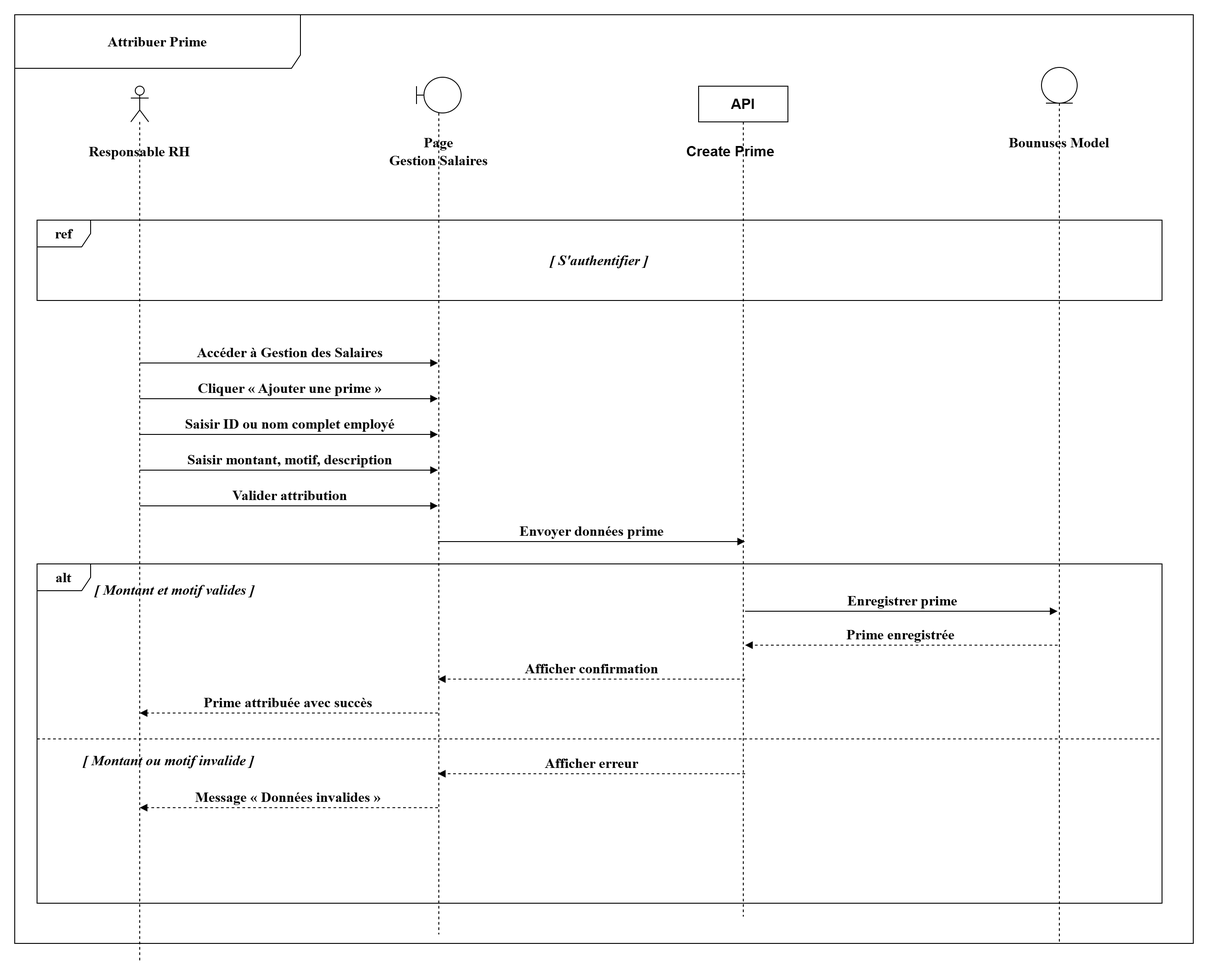
Before: projet/images/digf/ss3/attribuer bounuses.drawio.png, a diagram exported from draw.io (louu7895/pfe). Source tidied: cells renumbered, new cells last; positions are measured from the earlier drawing's top-left corner, leaving out a move shared by most shapes.
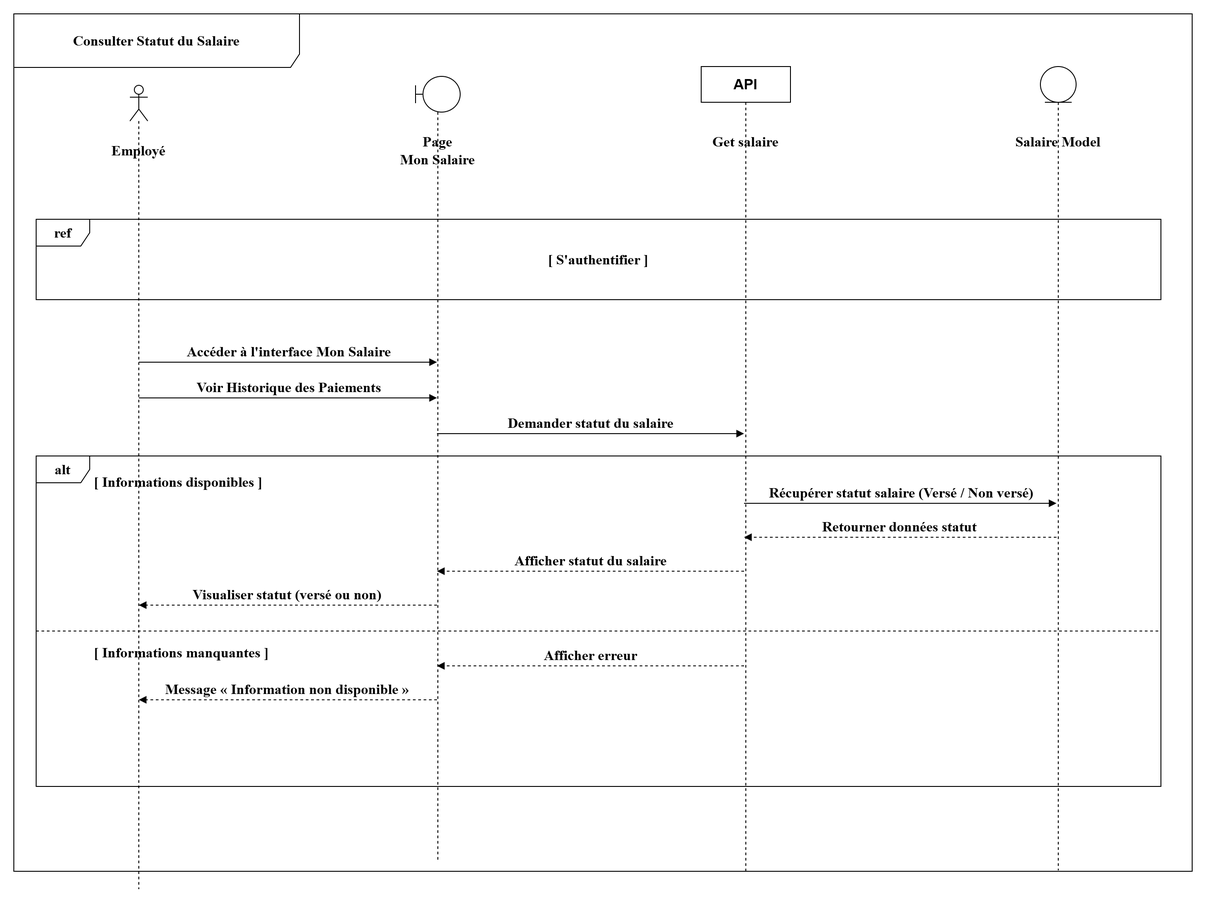
Above is the later version.

Diff of the diagram source:
```diff
@@ -2,122 +2,104 @@
   <root>
     <mxCell id="0" />
     <mxCell id="1" parent="0" />
-    <mxCell id="2" style="shape=umlLifeline;perimeter=lifelinePerimeter;whiteSpace=wrap;html=1;newEdgeStyle={&quot;curved&quot;:0,&quot;rounded&quot;:0};participant=umlActor;fontSize=16;fontFamily=Times New Roman;fontStyle=1;" parent="1" vertex="1">
-      <mxGeometry x="130" y="80" width="20" height="980" as="geometry" />
-    </mxCell>
+    <mxCell id="29" style="shape=umlLifeline;perimeter=lifelinePerimeter;whiteSpace=wrap;html=1;newEdgeStyle={&quot;curved&quot;:0,&quot;rounded&quot;:0};participant=umlActor;fontSize=16;fontFamily=Times New Roman;fontStyle=1;" parent="1" vertex="1">
+      <mxGeometry x="130" y="80" width="20" height="900" as="geometry" />
+    </mxCell>
     <mxCell id="3" style="shape=umlLifeline;perimeter=lifelinePerimeter;whiteSpace=wrap;html=1;newEdgeStyle={&quot;curved&quot;:0,&quot;rounded&quot;:0};participant=umlBoundary;fontSize=16;fontFamily=Times New Roman;fontStyle=1;" parent="1" vertex="1">
-      <mxGeometry x="450" y="70" width="50" height="960" as="geometry" />
+      <mxGeometry x="450" y="70" width="50" height="880" as="geometry" />
     </mxCell>
     <mxCell id="4" style="shape=umlLifeline;perimeter=lifelinePerimeter;whiteSpace=wrap;html=1;newEdgeStyle={&quot;curved&quot;:0,&quot;rounded&quot;:0};participant=umlEntity;fontSize=16;fontFamily=Times New Roman;fontStyle=1;" parent="1" vertex="1">
-      <mxGeometry x="1150" y="59" width="40" height="980" as="geometry" />
+      <mxGeometry x="1150" y="59" width="40" height="900" as="geometry" />
     </mxCell>
-    <mxCell id="5" value="Responsable RH" style="text;html=1;whiteSpace=wrap;strokeColor=none;fillColor=none;align=center;verticalAlign=middle;rounded=0;fontSize=16;fontStyle=1;fontFamily=Times New Roman;" parent="1" vertex="1">
-      <mxGeometry x="60" y="140" width="160" height="25" as="geometry" />
-    </mxCell>
+    <mxCell id="30" value="Employé" style="text;html=1;whiteSpace=wrap;strokeColor=none;fillColor=none;align=center;verticalAlign=middle;rounded=0;fontSize=16;fontStyle=1;fontFamily=Times New Roman;" parent="1" vertex="1">
+      <mxGeometry x="75" y="140" width="130" height="25" as="geometry" />
+    </mxCell>
-    <mxCell id="6" value="Page&lt;div&gt;Gestion Salaires&lt;/div&gt;" style="text;html=1;whiteSpace=wrap;strokeColor=none;fillColor=none;align=center;verticalAlign=middle;rounded=0;fontSize=16;fontStyle=1;fontFamily=Times New Roman;" parent="1" vertex="1">
+    <mxCell id="6" value="Page&lt;div&gt;Mon Salaire&lt;/div&gt;" style="text;html=1;whiteSpace=wrap;strokeColor=none;fillColor=none;align=center;verticalAlign=middle;rounded=0;fontSize=16;fontStyle=1;fontFamily=Times New Roman;" parent="1" vertex="1">
       <mxGeometry x="375" y="140" width="200" height="25" as="geometry" />
     </mxCell>
+    <mxCell id="31" value="Get salaire" style="text;html=1;whiteSpace=wrap;strokeColor=none;fillColor=none;align=center;verticalAlign=middle;rounded=0;fontSize=16;fontStyle=1;fontFamily=Times New Roman;" parent="1" vertex="1">
+      <mxGeometry x="740" y="130" width="160" height="25" as="geometry" />
+    </mxCell>
-    <mxCell id="7" value="Bounuses Model" style="text;html=1;whiteSpace=wrap;strokeColor=none;fillColor=none;align=center;verticalAlign=middle;rounded=0;fontSize=16;fontStyle=1;fontFamily=Times New Roman;" parent="1" vertex="1">
+    <mxCell id="7" value="Salaire Model" style="text;html=1;whiteSpace=wrap;strokeColor=none;fillColor=none;align=center;verticalAlign=middle;rounded=0;fontSize=16;fontStyle=1;fontFamily=Times New Roman;" parent="1" vertex="1">
       <mxGeometry x="1105" y="130" width="130" height="25" as="geometry" />
     </mxCell>
-    <mxCell id="8" value="Attribuer Prime" style="shape=umlFrame;whiteSpace=wrap;html=1;width=320;height=60;fontSize=16;fontFamily=Times New Roman;fontStyle=1;" parent="1" vertex="1">
-      <mxGeometry width="1320" height="1040" as="geometry" />
+    <mxCell id="8" value="Consulter Statut du Salaire" style="shape=umlFrame;whiteSpace=wrap;html=1;width=320;height=60;fontSize=16;fontFamily=Times New Roman;fontStyle=1;" parent="1" vertex="1">
+      <mxGeometry width="1320" height="960" as="geometry" />
     </mxCell>
     <mxCell id="9" value="ref" style="shape=umlFrame;whiteSpace=wrap;html=1;fontSize=16;fontFamily=Times New Roman;fontStyle=1;" parent="1" vertex="1">
       <mxGeometry x="25" y="230" width="1260" height="90" as="geometry" />
     </mxCell>
-    <mxCell id="10" value="[ S'authentifier ]" style="text;html=1;whiteSpace=wrap;strokeColor=none;fillColor=none;align=center;verticalAlign=middle;rounded=0;fontSize=16;fontStyle=3;fontFamily=Times New Roman;" parent="1" vertex="1">
+    <mxCell id="10" value="[ S'authentifier ]" style="text;html=1;whiteSpace=wrap;strokeColor=none;fillColor=none;align=center;verticalAlign=middle;rounded=0;fontSize=16;fontStyle=1;fontFamily=Times New Roman;" parent="1" vertex="1">
       <mxGeometry x="555" y="260" width="200" height="30" as="geometry" />
     </mxCell>
-    <mxCell id="11" value="Accéder à Gestion des Salaires" style="html=1;verticalAlign=bottom;endArrow=block;curved=0;rounded=0;fontSize=16;fontFamily=Times New Roman;fontStyle=1;" parent="1" edge="1">
+    <mxCell id="11" value="Accéder à l'interface Mon Salaire" style="html=1;verticalAlign=bottom;endArrow=block;curved=0;rounded=0;fontSize=16;fontFamily=Times New Roman;fontStyle=1;" parent="1" edge="1">
       <mxGeometry relative="1" as="geometry">
         <mxPoint x="140" y="390" as="sourcePoint" />
         <mxPoint x="474" y="390" as="targetPoint" />
       </mxGeometry>
     </mxCell>
-    <mxCell id="12" value="Cliquer « Ajouter une prime »" style="html=1;verticalAlign=bottom;endArrow=block;curved=0;rounded=0;fontSize=16;fontFamily=Times New Roman;fontStyle=1;" parent="1" edge="1">
+    <mxCell id="12" value="Voir Historique des Paiements" style="html=1;verticalAlign=bottom;endArrow=block;curved=0;rounded=0;fontSize=16;fontFamily=Times New Roman;fontStyle=1;" parent="1" edge="1">
       <mxGeometry relative="1" as="geometry">
         <mxPoint x="140" y="430" as="sourcePoint" />
         <mxPoint x="474" y="430" as="targetPoint" />
       </mxGeometry>
     </mxCell>
-    <mxCell id="13" value="Saisir ID ou nom complet employé" style="html=1;verticalAlign=bottom;endArrow=block;curved=0;rounded=0;fontSize=16;fontFamily=Times New Roman;fontStyle=1;" parent="1" edge="1">
+    <mxCell id="13" value="Demander statut du salaire" style="html=1;verticalAlign=bottom;endArrow=block;curved=0;rounded=0;fontSize=16;fontFamily=Times New Roman;fontStyle=1;" parent="1" edge="1">
       <mxGeometry relative="1" as="geometry">
-        <mxPoint x="140" y="470" as="sourcePoint" />
-        <mxPoint x="474" y="470" as="targetPoint" />
+        <mxPoint x="474" y="470" as="sourcePoint" />
+        <mxPoint x="818" y="470" as="targetPoint" />
       </mxGeometry>
     </mxCell>
+    <mxCell id="17" value="alt" style="shape=umlFrame;whiteSpace=wrap;html=1;fontSize=16;fontFamily=Times New Roman;fontStyle=1;" parent="1" vertex="1">
+      <mxGeometry x="25" y="495" width="1260" height="370" as="geometry" />
+    </mxCell>
+    <mxCell id="32" value="[ Informations disponibles ]" style="text;html=1;whiteSpace=wrap;strokeColor=none;fillColor=none;align=left;verticalAlign=middle;rounded=0;fontSize=16;fontStyle=1;fontFamily=Times New Roman;" parent="1" vertex="1">
+      <mxGeometry x="88" y="511" width="240" height="25" as="geometry" />
+    </mxCell>
-    <mxCell id="14" value="Saisir montant, motif, description" style="html=1;verticalAlign=bottom;endArrow=block;curved=0;rounded=0;fontSize=16;fontFamily=Times New Roman;fontStyle=1;" parent="1" edge="1">
+    <mxCell id="14" value="Récupérer statut salaire (Versé / Non versé)" style="html=1;verticalAlign=bottom;endArrow=block;curved=0;rounded=0;fontSize=16;fontFamily=Times New Roman;fontStyle=1;" parent="1" edge="1">
       <mxGeometry relative="1" as="geometry">
-        <mxPoint x="140" y="510" as="sourcePoint" />
-        <mxPoint x="474" y="510" as="targetPoint" />
+        <mxPoint x="818" y="548" as="sourcePoint" />
+        <mxPoint x="1168" y="548" as="targetPoint" />
       </mxGeometry>
     </mxCell>
-    <mxCell id="15" value="Valider attribution" style="html=1;verticalAlign=bottom;endArrow=block;curved=0;rounded=0;fontSize=16;fontFamily=Times New Roman;fontStyle=1;" parent="1" edge="1">
+    <mxCell id="15" value="Retourner données statut" style="html=1;verticalAlign=bottom;endArrow=block;curved=1;rounded=0;dashed=1;fontSize=16;fontFamily=Times New Roman;fontStyle=1;" parent="1" edge="1">
       <mxGeometry relative="1" as="geometry">
-        <mxPoint x="140" y="550" as="sourcePoint" />
-        <mxPoint x="474" y="550" as="targetPoint" />
+        <mxPoint x="1168" y="586" as="sourcePoint" />
+        <mxPoint x="818" y="586" as="targetPoint" />
       </mxGeometry>
     </mxCell>
-    <mxCell id="16" value="Envoyer données prime" style="html=1;verticalAlign=bottom;endArrow=block;curved=0;rounded=0;fontSize=16;fontFamily=Times New Roman;fontStyle=1;" parent="1" edge="1">
+    <mxCell id="16" value="Afficher statut du salaire" style="html=1;verticalAlign=bottom;endArrow=block;curved=1;rounded=0;dashed=1;fontSize=16;fontFamily=Times New Roman;fontStyle=1;" parent="1" edge="1">
       <mxGeometry relative="1" as="geometry">
-        <mxPoint x="474" y="590" as="sourcePoint" />
-        <mxPoint x="818" y="590" as="targetPoint" />
+        <mxPoint x="818" y="624" as="sourcePoint" />
+        <mxPoint x="474" y="624" as="targetPoint" />
       </mxGeometry>
     </mxCell>
-    <mxCell id="17" value="alt" style="shape=umlFrame;whiteSpace=wrap;html=1;fontSize=16;fontFamily=Times New Roman;fontStyle=1;" parent="1" vertex="1">
-      <mxGeometry x="25" y="615" width="1260" height="380" as="geometry" />
-    </mxCell>
-    <mxCell id="18" value="[ Montant et motif valides ]" style="text;html=1;whiteSpace=wrap;strokeColor=none;fillColor=none;align=left;verticalAlign=middle;rounded=0;fontSize=16;fontStyle=3;fontFamily=Times New Roman;" parent="1" vertex="1">
-      <mxGeometry x="88" y="631" width="230" height="25" as="geometry" />
-    </mxCell>
-    <mxCell id="19" value="Enregistrer prime" style="html=1;verticalAlign=bottom;endArrow=block;curved=0;rounded=0;fontSize=16;fontFamily=Times New Roman;fontStyle=1;" parent="1" edge="1">
+    <mxCell id="19" value="Visualiser statut (versé ou non)" style="html=1;verticalAlign=bottom;endArrow=block;curved=1;rounded=0;dashed=1;fontSize=16;fontFamily=Times New Roman;fontStyle=1;" parent="1" edge="1">
       <mxGeometry relative="1" as="geometry">
-        <mxPoint x="818" y="668" as="sourcePoint" />
-        <mxPoint x="1168" y="668" as="targetPoint" />
+        <mxPoint x="474" y="662" as="sourcePoint" />
+        <mxPoint x="140" y="662" as="targetPoint" />
       </mxGeometry>
     </mxCell>
+    <mxCell id="23" style="line;strokeWidth=1;fillColor=none;align=left;verticalAlign=middle;spacingTop=-1;spacingLeft=3;spacingRight=3;labelPosition=right;strokeColor=inherit;dashed=1;fontSize=16;fontFamily=Times New Roman;fontStyle=1;" parent="1" vertex="1">
+      <mxGeometry x="25" y="687" width="1260" height="8" as="geometry" />
+    </mxCell>
+    <mxCell id="33" value="[ Informations manquantes ]" style="text;html=1;whiteSpace=wrap;strokeColor=none;fillColor=none;align=left;verticalAlign=middle;rounded=0;fontSize=16;fontStyle=1;fontFamily=Times New Roman;" parent="1" vertex="1">
+      <mxGeometry x="88" y="702" width="250" height="25" as="geometry" />
+    </mxCell>
-    <mxCell id="20" value="Prime enregistrée" style="html=1;verticalAlign=bottom;endArrow=block;curved=1;rounded=0;dashed=1;fontSize=16;fontFamily=Times New Roman;fontStyle=1;" parent="1" edge="1">
+    <mxCell id="20" value="Afficher erreur" style="html=1;verticalAlign=bottom;endArrow=block;curved=1;rounded=0;dashed=1;fontSize=16;fontFamily=Times New Roman;fontStyle=1;" parent="1" edge="1">
       <mxGeometry relative="1" as="geometry">
-        <mxPoint x="1168" y="706" as="sourcePoint" />
-        <mxPoint x="818" y="706" as="targetPoint" />
+        <mxPoint x="818" y="730" as="sourcePoint" />
+        <mxPoint x="474" y="730" as="targetPoint" />
       </mxGeometry>
     </mxCell>
-    <mxCell id="21" value="Afficher confirmation" style="html=1;verticalAlign=bottom;endArrow=block;curved=1;rounded=0;dashed=1;fontSize=16;fontFamily=Times New Roman;fontStyle=1;" parent="1" edge="1">
+    <mxCell id="21" value="Message « Information non disponible »" style="html=1;verticalAlign=bottom;endArrow=block;curved=1;rounded=0;dashed=1;fontSize=16;fontFamily=Times New Roman;fontStyle=1;" parent="1" edge="1">
       <mxGeometry relative="1" as="geometry">
-        <mxPoint x="818" y="744" as="sourcePoint" />
-        <mxPoint x="474" y="744" as="targetPoint" />
+        <mxPoint x="474" y="768" as="sourcePoint" />
+        <mxPoint x="140" y="768" as="targetPoint" />
       </mxGeometry>
     </mxCell>
-    <mxCell id="22" value="Prime attribuée avec succès" style="html=1;verticalAlign=bottom;endArrow=block;curved=1;rounded=0;dashed=1;fontSize=16;fontFamily=Times New Roman;fontStyle=1;" parent="1" edge="1">
-      <mxGeometry relative="1" as="geometry">
-        <mxPoint x="474" y="782" as="sourcePoint" />
-        <mxPoint x="140" y="782" as="targetPoint" />
-      </mxGeometry>
-    </mxCell>
-    <mxCell id="23" style="line;strokeWidth=1;fillColor=none;align=left;verticalAlign=middle;spacingTop=-1;spacingLeft=3;spacingRight=3;labelPosition=right;strokeColor=inherit;dashed=1;fontSize=16;fontFamily=Times New Roman;fontStyle=1;" parent="1" vertex="1">
-      <mxGeometry x="25" y="807" width="1260" height="8" as="geometry" />
-    </mxCell>
-    <mxCell id="24" value="[ Montant ou motif invalide ]" style="text;html=1;whiteSpace=wrap;strokeColor=none;fillColor=none;align=left;verticalAlign=middle;rounded=0;fontSize=16;fontStyle=3;fontFamily=Times New Roman;" parent="1" vertex="1">
-      <mxGeometry x="75" y="822" width="260" height="25" as="geometry" />
-    </mxCell>
-    <mxCell id="25" value="Afficher erreur" style="html=1;verticalAlign=bottom;endArrow=block;curved=1;rounded=0;dashed=1;fontSize=16;fontFamily=Times New Roman;fontStyle=1;" parent="1" edge="1">
-      <mxGeometry relative="1" as="geometry">
-        <mxPoint x="818" y="850" as="sourcePoint" />
-        <mxPoint x="474" y="850" as="targetPoint" />
-      </mxGeometry>
-    </mxCell>
-    <mxCell id="26" value="Message « Données invalides »" style="html=1;verticalAlign=bottom;endArrow=block;curved=1;rounded=0;dashed=1;fontSize=16;fontFamily=Times New Roman;fontStyle=1;" parent="1" edge="1">
-      <mxGeometry relative="1" as="geometry">
-        <mxPoint x="474" y="888" as="sourcePoint" />
-        <mxPoint x="140" y="888" as="targetPoint" />
-      </mxGeometry>
-    </mxCell>
-    <mxCell id="27" value="API" style="shape=umlLifeline;perimeter=lifelinePerimeter;whiteSpace=wrap;html=1;newEdgeStyle={&quot;curved&quot;:0,&quot;rounded&quot;:0};fontStyle=1;fontSize=16;" parent="1" vertex="1">
-      <mxGeometry x="766" y="80" width="100" height="930" as="geometry" />
+    <mxCell id="27" value="API" style="shape=umlLifeline;perimeter=lifelinePerimeter;whiteSpace=wrap;html=1;newEdgeStyle={&quot;curved&quot;:0,&quot;rounded&quot;:0};fontSize=16;fontStyle=1;" parent="1" vertex="1">
+      <mxGeometry x="770" y="59" width="100" height="901" as="geometry" />
     </mxCell>
-    <mxCell id="28" value="Create Prime" style="text;html=1;whiteSpace=wrap;strokeColor=none;fillColor=none;align=center;verticalAlign=middle;rounded=0;fontStyle=1;fontSize=16;" parent="1" vertex="1">
-      <mxGeometry x="720" y="137.5" width="164" height="30" as="geometry" />
-    </mxCell>
   </root>
 </mxGraphModel>
```
